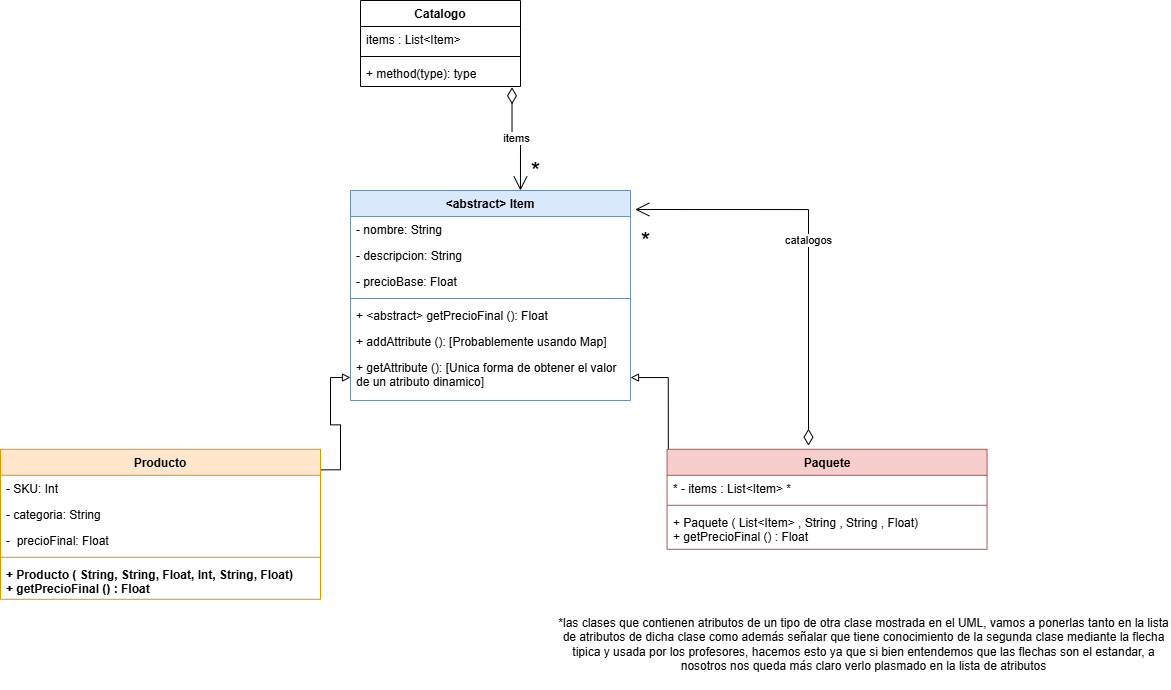
The draw.io diagram src/Catalogo/UML.png in saenzlucas/UNQShop, before a commit. Source tidied: cells renumbered, new cells last; positions are measured from the earlier drawing's top-left corner, leaving out a move shared by most shapes.
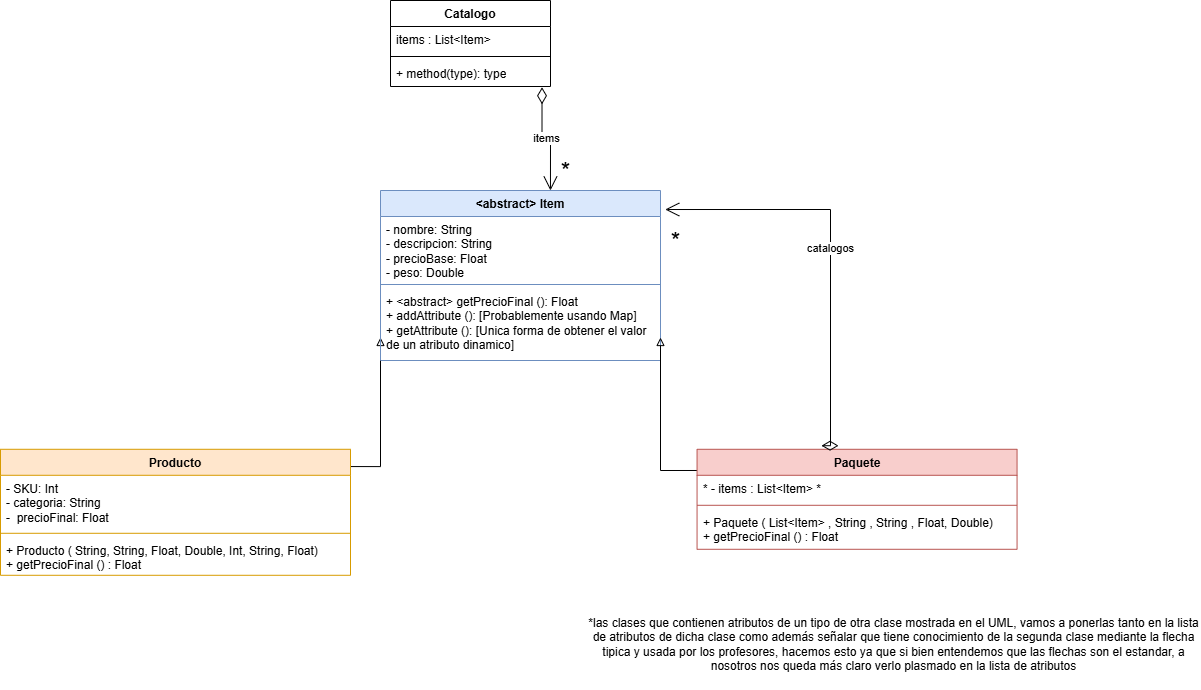
Later version of the same file.

Commit message:
se agrega el atributo obligatorio peso que avisaron los profes ayer, además se estandarizan los cuadros de texto

Change to the diagram source:
```diff
@@ -2,54 +2,40 @@
   <root>
     <mxCell id="0" />
     <mxCell id="1" parent="0" />
-    <mxCell id="2" style="edgeStyle=orthogonalEdgeStyle;rounded=0;jettySize=auto;html=1;endArrow=block;endFill=0;entryX=0;entryY=0.5;entryDx=0;entryDy=0;exitX=0.999;exitY=0.137;exitDx=0;exitDy=0;exitPerimeter=0;" parent="1" edge="1" source="3" target="16">
-      <mxGeometry relative="1" as="geometry" />
-    </mxCell>
+    <mxCell id="31" style="edgeStyle=orthogonalEdgeStyle;rounded=0;jettySize=auto;html=1;endArrow=block;endFill=0;entryX=0;entryY=0.5;entryDx=0;entryDy=0;exitX=0.999;exitY=0.137;exitDx=0;exitDy=0;exitPerimeter=0;" parent="1" edge="1" source="3">
+      <mxGeometry relative="1" as="geometry">
+        <mxPoint x="350" y="337" as="targetPoint" />
+      </mxGeometry>
+    </mxCell>
     <mxCell id="3" value="Producto" style="swimlane;fontStyle=1;align=center;verticalAlign=top;horizontal=1;startSize=26;whiteSpace=wrap;html=1;fillColor=#ffe6cc;strokeColor=#d79b00;" parent="1" vertex="1">
-      <mxGeometry y="448.8" width="320" height="150" as="geometry" />
+      <mxGeometry x="-30" y="448.8" width="350" height="126" as="geometry" />
     </mxCell>
-    <mxCell id="4" value="- SKU: Int" style="text;strokeColor=none;fillColor=none;align=left;verticalAlign=top;spacingLeft=4;spacingRight=4;overflow=hidden;whiteSpace=wrap;html=1;" parent="3" vertex="1">
-      <mxGeometry y="26" width="320" height="26" as="geometry" />
-    </mxCell>
-    <mxCell id="5" value="- categoria: String" style="text;strokeColor=none;fillColor=none;align=left;verticalAlign=top;spacingLeft=4;spacingRight=4;overflow=hidden;whiteSpace=wrap;html=1;" parent="3" vertex="1">
-      <mxGeometry y="52" width="320" height="26" as="geometry" />
-    </mxCell>
-    <mxCell id="6" value="-&amp;nbsp; precioFinal: Float" style="text;strokeColor=none;fillColor=none;align=left;verticalAlign=top;spacingLeft=4;spacingRight=4;overflow=hidden;whiteSpace=wrap;html=1;" parent="3" vertex="1">
-      <mxGeometry y="78" width="320" height="26" as="geometry" />
-    </mxCell>
-    <mxCell id="7" style="line;strokeWidth=1;fillColor=none;align=left;verticalAlign=middle;spacingTop=-1;spacingLeft=3;spacingRight=3;labelPosition=right;strokeColor=inherit;" parent="3" vertex="1">
-      <mxGeometry y="104" width="320" height="8" as="geometry" />
-    </mxCell>
-    <mxCell id="8" value="&lt;b&gt;+ Producto ( String, String, Float, Int, String, Float)&lt;/b&gt;&lt;div&gt;&lt;b&gt;+ getPrecioFinal () : Float&amp;nbsp;&lt;/b&gt;&lt;/div&gt;" style="text;strokeColor=none;fillColor=none;align=left;verticalAlign=top;spacingLeft=4;spacingRight=4;overflow=hidden;whiteSpace=wrap;html=1;fontStyle=0;fontFamily=Helvetica;fontSize=12;fontColor=default;" parent="3" vertex="1">
-      <mxGeometry y="112" width="320" height="38" as="geometry" />
-    </mxCell>
+    <mxCell id="32" value="&lt;div&gt;- SKU: Int&lt;/div&gt;&lt;div&gt;- categoria: String&lt;/div&gt;-&amp;nbsp; precioFinal: Float" style="text;strokeColor=none;fillColor=none;align=left;verticalAlign=top;spacingLeft=4;spacingRight=4;overflow=hidden;whiteSpace=wrap;html=1;" parent="3" vertex="1">
+      <mxGeometry y="26" width="350" height="54" as="geometry" />
+    </mxCell>
+    <mxCell id="33" style="line;strokeWidth=1;fillColor=none;align=left;verticalAlign=middle;spacingTop=-1;spacingLeft=3;spacingRight=3;labelPosition=right;strokeColor=inherit;" parent="3" vertex="1">
+      <mxGeometry y="80" width="350" height="8" as="geometry" />
+    </mxCell>
+    <mxCell id="34" value="+ Producto ( String, String, Float, Double, Int, String, Float)&lt;div&gt;+ getPrecioFinal () : Float&amp;nbsp;&lt;/div&gt;" style="text;strokeColor=none;fillColor=none;align=left;verticalAlign=top;spacingLeft=4;spacingRight=4;overflow=hidden;whiteSpace=wrap;html=1;fontStyle=0;fontFamily=Helvetica;fontSize=12;fontColor=default;" parent="3" vertex="1">
+      <mxGeometry y="88" width="350" height="38" as="geometry" />
+    </mxCell>
     <mxCell id="9" value="&amp;lt;&lt;span style=&quot;background-color: transparent; color: light-dark(rgb(0, 0, 0), rgb(255, 255, 255));&quot;&gt;abstract&amp;gt; Item&lt;/span&gt;" style="swimlane;fontStyle=1;align=center;verticalAlign=top;horizontal=1;startSize=26;whiteSpace=wrap;html=1;fillColor=#dae8fc;strokeColor=#6c8ebf;" parent="1" vertex="1">
-      <mxGeometry x="350" y="190" width="280" height="210" as="geometry" />
+      <mxGeometry x="350" y="190" width="280" height="170" as="geometry" />
     </mxCell>
-    <mxCell id="10" value="- nombre: String" style="text;strokeColor=none;fillColor=none;align=left;verticalAlign=top;spacingLeft=4;spacingRight=4;overflow=hidden;points=[[0,0.5],[1,0.5]];portConstraint=eastwest;whiteSpace=wrap;html=1;" parent="9" vertex="1">
-      <mxGeometry y="26" width="280" height="26" as="geometry" />
-    </mxCell>
-    <mxCell id="11" value="- descripcion: String" style="text;strokeColor=none;fillColor=none;align=left;verticalAlign=top;spacingLeft=4;spacingRight=4;overflow=hidden;whiteSpace=wrap;html=1;" parent="9" vertex="1">
-      <mxGeometry y="52" width="280" height="26" as="geometry" />
-    </mxCell>
-    <mxCell id="12" value="- precioBase: Float" style="text;strokeColor=none;fillColor=none;align=left;verticalAlign=top;spacingLeft=4;spacingRight=4;overflow=hidden;whiteSpace=wrap;html=1;" parent="9" vertex="1">
-      <mxGeometry y="78" width="280" height="26" as="geometry" />
-    </mxCell>
-    <mxCell id="13" style="line;strokeWidth=1;fillColor=none;align=left;verticalAlign=middle;spacingTop=-1;spacingLeft=3;spacingRight=3;labelPosition=right;strokeColor=inherit;" parent="9" vertex="1">
-      <mxGeometry y="104" width="280" height="8" as="geometry" />
-    </mxCell>
-    <mxCell id="14" value="+ &amp;lt;abstract&amp;gt; getPrecioFinal (): Float&lt;div&gt;&lt;br&gt;&lt;/div&gt;" style="text;strokeColor=none;fillColor=none;align=left;verticalAlign=top;spacingLeft=4;spacingRight=4;overflow=hidden;whiteSpace=wrap;html=1;" parent="9" vertex="1">
-      <mxGeometry y="112" width="280" height="26" as="geometry" />
-    </mxCell>
-    <mxCell id="15" value="&lt;div&gt;+ addAttribute (): [Probablemente usando Map]&lt;/div&gt;" style="text;strokeColor=none;fillColor=none;align=left;verticalAlign=top;spacingLeft=4;spacingRight=4;overflow=hidden;whiteSpace=wrap;html=1;" parent="9" vertex="1">
-      <mxGeometry y="138" width="280" height="26" as="geometry" />
-    </mxCell>
-    <mxCell id="16" value="&lt;div&gt;+ getAttribute ():&amp;nbsp;&lt;span style=&quot;background-color: transparent; color: light-dark(rgb(0, 0, 0), rgb(255, 255, 255));&quot;&gt;[Unica forma de obtener el valor de un atributo dinamico]&lt;/span&gt;&lt;/div&gt;" style="text;strokeColor=none;fillColor=none;align=left;verticalAlign=top;spacingLeft=4;spacingRight=4;overflow=hidden;points=[[0,0.5],[1,0.5]];portConstraint=eastwest;whiteSpace=wrap;html=1;" parent="9" vertex="1">
-      <mxGeometry y="164" width="280" height="46" as="geometry" />
-    </mxCell>
-    <mxCell id="17" style="edgeStyle=orthogonalEdgeStyle;rounded=0;jettySize=auto;html=1;endArrow=block;endFill=0;exitX=0.004;exitY=0.212;exitDx=0;exitDy=0;exitPerimeter=0;" parent="1" edge="1" source="18" target="16">
-      <mxGeometry relative="1" as="geometry" />
-    </mxCell>
+    <mxCell id="35" value="&lt;div&gt;- nombre: String&lt;/div&gt;&lt;div&gt;- descripcion: String&lt;/div&gt;- precioBase: Float&lt;div&gt;- peso: Double&lt;/div&gt;" style="text;strokeColor=none;fillColor=none;align=left;verticalAlign=top;spacingLeft=4;spacingRight=4;overflow=hidden;whiteSpace=wrap;html=1;" parent="9" vertex="1">
+      <mxGeometry y="26" width="280" height="64" as="geometry" />
+    </mxCell>
+    <mxCell id="36" style="line;strokeWidth=1;fillColor=none;align=left;verticalAlign=middle;spacingTop=-1;spacingLeft=3;spacingRight=3;labelPosition=right;strokeColor=inherit;" parent="9" vertex="1">
+      <mxGeometry y="90" width="280" height="8" as="geometry" />
+    </mxCell>
+    <mxCell id="37" value="&lt;div&gt;&lt;div&gt;+ &amp;lt;abstract&amp;gt; getPrecioFinal (): Float&lt;/div&gt;&lt;div&gt;+ addAttribute (): [Probablemente usando Map]&lt;/div&gt;&lt;div&gt;+ getAttribute (): &lt;span style=&quot;background-color: transparent; color: light-dark(rgb(0, 0, 0), rgb(255, 255, 255));&quot;&gt;[Unica forma de obtener el valor de un atributo dinamico]&lt;/span&gt;&lt;/div&gt;&lt;/div&gt;" style="text;strokeColor=none;fillColor=none;align=left;verticalAlign=top;spacingLeft=4;spacingRight=4;overflow=hidden;whiteSpace=wrap;html=1;" parent="9" vertex="1">
+      <mxGeometry y="98" width="280" height="72" as="geometry" />
+    </mxCell>
+    <mxCell id="38" style="edgeStyle=orthogonalEdgeStyle;rounded=0;jettySize=auto;html=1;endArrow=block;endFill=0;exitX=0.004;exitY=0.212;exitDx=0;exitDy=0;exitPerimeter=0;" parent="1" edge="1" source="18">
+      <mxGeometry relative="1" as="geometry">
+        <mxPoint x="630" y="337" as="targetPoint" />
+      </mxGeometry>
+    </mxCell>
     <mxCell id="18" value="Paquete" style="swimlane;fontStyle=1;align=center;verticalAlign=top;horizontal=1;startSize=26;whiteSpace=wrap;html=1;fillColor=#f8cecc;strokeColor=#b85450;" parent="1" vertex="1">
       <mxGeometry x="666.6" y="448.8" width="320" height="100" as="geometry" />
     </mxCell>
@@ -59,17 +45,23 @@
     <mxCell id="20" style="line;strokeWidth=1;fillColor=none;align=left;verticalAlign=middle;spacingTop=-1;spacingLeft=3;spacingRight=3;labelPosition=right;strokeColor=inherit;" parent="18" vertex="1">
       <mxGeometry y="52" width="320" height="8" as="geometry" />
     </mxCell>
-    <mxCell id="21" value="+ Paquete ( List&amp;lt;Item&amp;gt; , String , String , Float)&amp;nbsp;&lt;div&gt;+ getPrecioFinal () : Float&lt;/div&gt;" style="text;strokeColor=none;fillColor=none;align=left;verticalAlign=top;spacingLeft=4;spacingRight=4;overflow=hidden;whiteSpace=wrap;html=1;fontStyle=0;fontFamily=Helvetica;fontSize=12;fontColor=default;" parent="18" vertex="1">
-      <mxGeometry y="60" width="320" height="40" as="geometry" />
-    </mxCell>
+    <mxCell id="39" value="+ Paquete ( List&amp;lt;Item&amp;gt; , String , String , Float, Double)&amp;nbsp;&lt;div&gt;+ getPrecioFinal () : Float&lt;/div&gt;" style="text;strokeColor=none;fillColor=none;align=left;verticalAlign=top;spacingLeft=4;spacingRight=4;overflow=hidden;whiteSpace=wrap;html=1;fontStyle=0;fontFamily=Helvetica;fontSize=12;fontColor=default;" parent="18" vertex="1">
+      <mxGeometry y="60" width="320" height="40" as="geometry" />
+    </mxCell>
-    <mxCell id="22" value="catalogos" style="endArrow=open;html=1;endSize=12;startArrow=diamondThin;startSize=14;startFill=0;edgeStyle=orthogonalEdgeStyle;rounded=0;exitX=0.442;exitY=-0.036;exitDx=0;exitDy=0;exitPerimeter=0;entryX=1.017;entryY=-0.269;entryDx=0;entryDy=0;entryPerimeter=0;" parent="1" edge="1" source="18" target="10">
-      <mxGeometry relative="1" as="geometry" />
+    <mxCell id="22" value="catalogos" style="endArrow=open;html=1;endSize=12;startArrow=diamondThin;startSize=14;startFill=0;edgeStyle=orthogonalEdgeStyle;rounded=0;exitX=0.442;exitY=-0.036;exitDx=0;exitDy=0;exitPerimeter=0;entryX=1.017;entryY=-0.269;entryDx=0;entryDy=0;entryPerimeter=0;" parent="1" edge="1" source="18">
+      <mxGeometry relative="1" as="geometry">
+        <mxPoint x="634.8" y="209" as="targetPoint" />
+        <Array as="points">
+          <mxPoint x="800" y="445" />
+          <mxPoint x="800" y="209" />
+        </Array>
+      </mxGeometry>
     </mxCell>
-    <mxCell id="23" value="&lt;font style=&quot;font-size: 24px;&quot;&gt;*&lt;/font&gt;" style="edgeLabel;html=1;align=right;verticalAlign=top;" parent="22" vertex="1">
-      <mxGeometry x="1" relative="1" as="geometry">
-        <mxPoint x="15" y="11" as="offset" />
-      </mxGeometry>
-    </mxCell>
+    <mxCell id="40" value="&lt;font style=&quot;font-size: 24px;&quot;&gt;*&lt;/font&gt;" style="edgeLabel;html=1;align=right;verticalAlign=top;" parent="22" vertex="1">
+      <mxGeometry x="1" relative="1" as="geometry">
+        <mxPoint x="15" y="11" as="offset" />
+      </mxGeometry>
+    </mxCell>
     <mxCell id="24" value="*las clases que contienen atributos de un tipo de otra clase mostrada en el UML, vamos a ponerlas tanto en la lista de atributos de dicha clase como además señalar que tiene conocimiento de la segunda clase mediante la flecha tipica y usada por los profesores, hacemos esto ya que si bien entendemos que las flechas son el estandar, a nosotros nos queda más claro verlo plasmado en la lista de atributos" style="text;html=1;whiteSpace=wrap;strokeColor=none;fillColor=none;align=center;verticalAlign=middle;rounded=0;" parent="1" vertex="1">
       <mxGeometry x="556.6" y="598.8" width="613.4" height="90" as="geometry" />
     </mxCell>
@@ -88,10 +80,10 @@
     <mxCell id="29" value="items" style="endArrow=open;html=1;endSize=12;startArrow=diamondThin;startSize=14;startFill=0;edgeStyle=orthogonalEdgeStyle;rounded=0;exitX=0.947;exitY=1.03;exitDx=0;exitDy=0;exitPerimeter=0;entryX=0.607;entryY=0;entryDx=0;entryDy=0;entryPerimeter=0;" parent="1" edge="1" source="28" target="9">
       <mxGeometry relative="1" as="geometry" />
     </mxCell>
-    <mxCell id="30" value="&lt;font style=&quot;font-size: 24px;&quot;&gt;*&lt;/font&gt;" style="edgeLabel;html=1;align=right;verticalAlign=top;" parent="29" vertex="1">
-      <mxGeometry x="1" relative="1" as="geometry">
-        <mxPoint x="20" y="-40" as="offset" />
-      </mxGeometry>
-    </mxCell>
+    <mxCell id="41" value="&lt;font style=&quot;font-size: 24px;&quot;&gt;*&lt;/font&gt;" style="edgeLabel;html=1;align=right;verticalAlign=top;" parent="29" vertex="1">
+      <mxGeometry x="1" relative="1" as="geometry">
+        <mxPoint x="20" y="-40" as="offset" />
+      </mxGeometry>
+    </mxCell>
   </root>
 </mxGraphModel>
```
